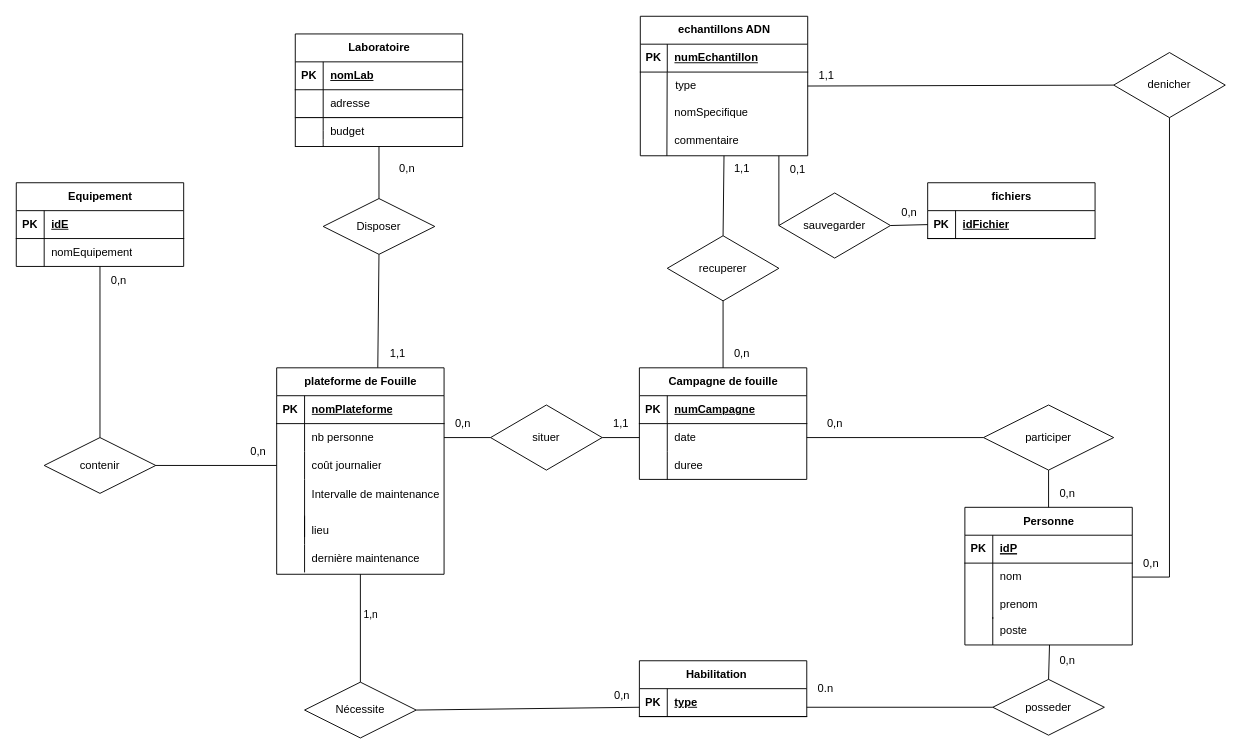
JorisVachey/SAE_ADN keeps this draw.io diagram as SAE ADN.drawio.xml. Above is the earlier version. Source tidied: cells renumbered, new cells numbered last; positions are measured from the earlier drawing's top-left corner, leaving out a move shared by most shapes. Both pictures are drawn from the tidied source at 93%, with x=0, y=0 at pixel (16, 16).
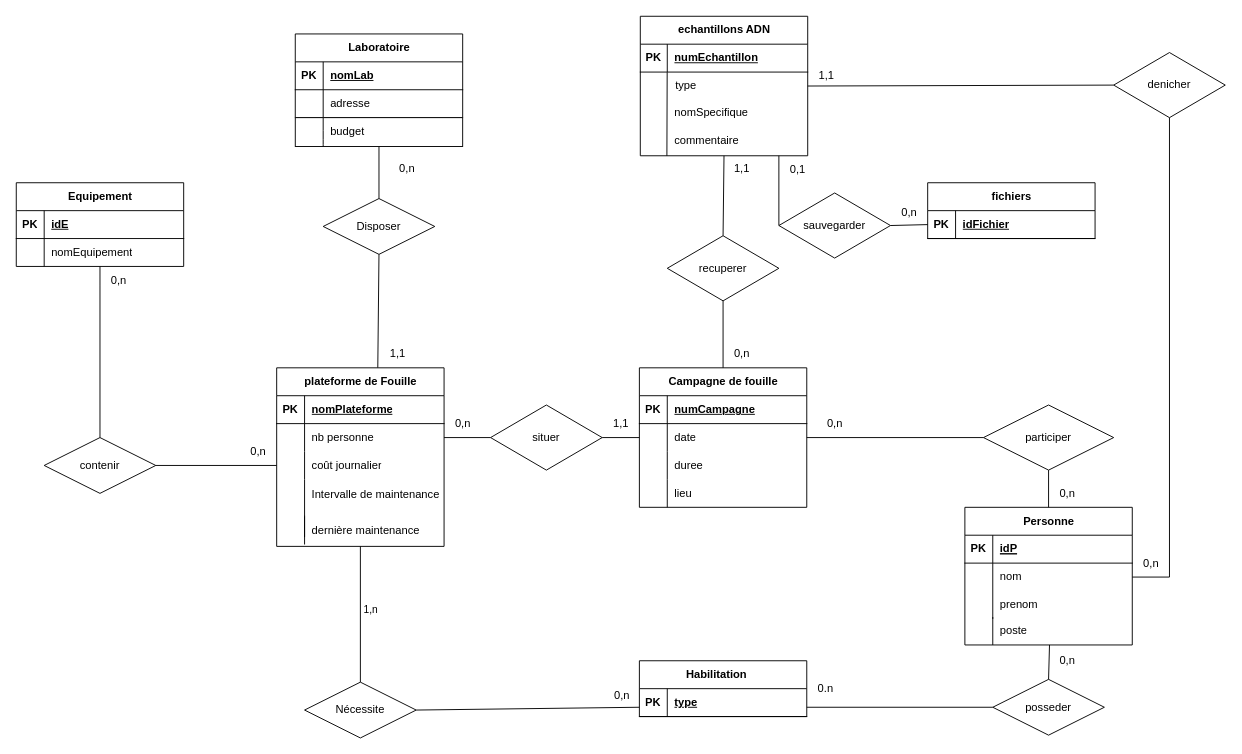
Above is the later version.

Commit message:
Mettre à jour SAE ADN.drawio.xml

Diff of the diagram source:
```diff
@@
     <mxCell id="2" value="plateforme de Fouille" style="shape=table;startSize=30;childLayout=tableLayout;rowLines=0;fontStyle=1;align=center;html=1;" parent="1" vertex="1">
-      <mxGeometry x="280" y="378" width="180" height="222" as="geometry" />
+      <mxGeometry x="280" y="378" width="180" height="192" as="geometry" />
     </mxCell>
@@
-    <mxCell id="15" style="shape=tableRow;horizontal=0;startSize=0;swimlaneHead=0;swimlaneBody=0;fillColor=none;top=0;left=0;right=0;bottom=0;" parent="2" vertex="1">
-      <mxGeometry y="160" width="180" height="30" as="geometry" />
-    </mxCell>
-    <mxCell id="16" style="shape=partialRectangle;fillColor=none;top=0;left=0;bottom=0;right=0;overflow=hidden;whiteSpace=wrap;html=1;" parent="15" vertex="1">
-      <mxGeometry width="30" height="30" as="geometry" />
-    </mxCell>
-    <mxCell id="17" value="lieu" style="shape=partialRectangle;fillColor=none;top=0;left=0;bottom=0;right=0;align=left;spacingLeft=6;overflow=hidden;whiteSpace=wrap;html=1;" parent="15" vertex="1">
-      <mxGeometry x="30" width="150" height="30" as="geometry" />
-    </mxCell>
     <mxCell id="18" style="shape=tableRow;horizontal=0;startSize=0;swimlaneHead=0;swimlaneBody=0;fillColor=none;top=0;left=0;right=0;bottom=0;" parent="2" vertex="1">
-      <mxGeometry y="190" width="180" height="30" as="geometry" />
+      <mxGeometry y="160" width="180" height="30" as="geometry" />
     </mxCell>
@@
     <mxCell id="36" value="Campagne de fouille" style="shape=table;startSize=30;childLayout=tableLayout;rowLines=0;fontStyle=1;align=center;html=1;" parent="1" vertex="1">
-      <mxGeometry x="670" y="378" width="180" height="120" as="geometry" />
+      <mxGeometry x="670" y="378" width="180" height="150" as="geometry" />
     </mxCell>
@@
+    <mxCell id="127" style="shape=tableRow;horizontal=0;startSize=0;swimlaneHead=0;swimlaneBody=0;fillColor=none;top=0;left=0;right=0;bottom=0;" parent="36" vertex="1">
+      <mxGeometry y="120" width="180" height="30" as="geometry" />
+    </mxCell>
+    <mxCell id="16" style="shape=partialRectangle;fillColor=none;top=0;left=0;bottom=0;right=0;overflow=hidden;whiteSpace=wrap;html=1;" parent="127" vertex="1">
+      <mxGeometry width="30" height="30" as="geometry" />
+    </mxCell>
+    <mxCell id="17" value="lieu" style="shape=partialRectangle;fillColor=none;top=0;left=0;bottom=0;right=0;align=left;spacingLeft=6;overflow=hidden;whiteSpace=wrap;html=1;" parent="127" vertex="1">
+      <mxGeometry x="30" width="150" height="30" as="geometry" />
+    </mxCell>
```
